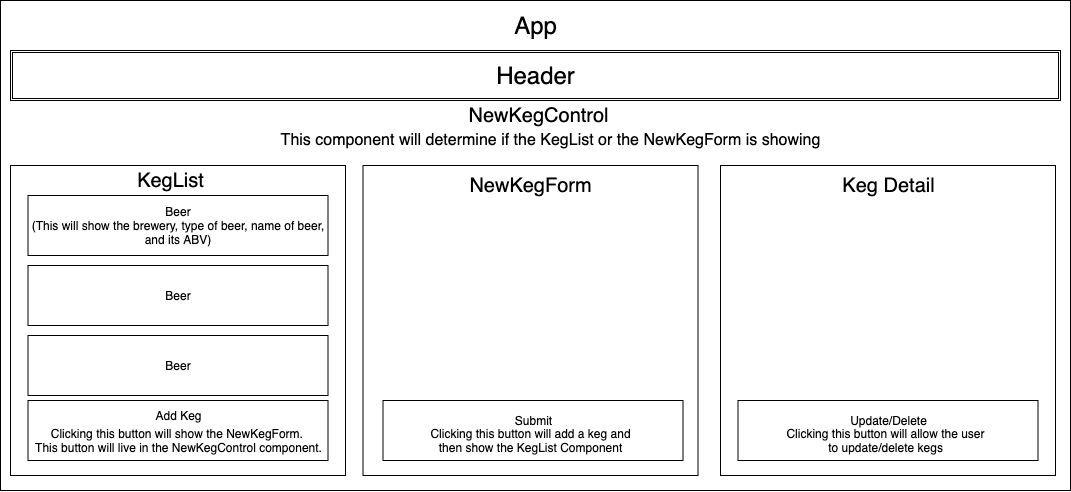
This is taphouse_diagram.png from alexskreen/Tap-Room, a draw.io export, as it was before one commit. Source tidied: cells renumbered, new cells last; positions are measured from the earlier drawing's top-left corner, leaving out a move shared by most shapes.
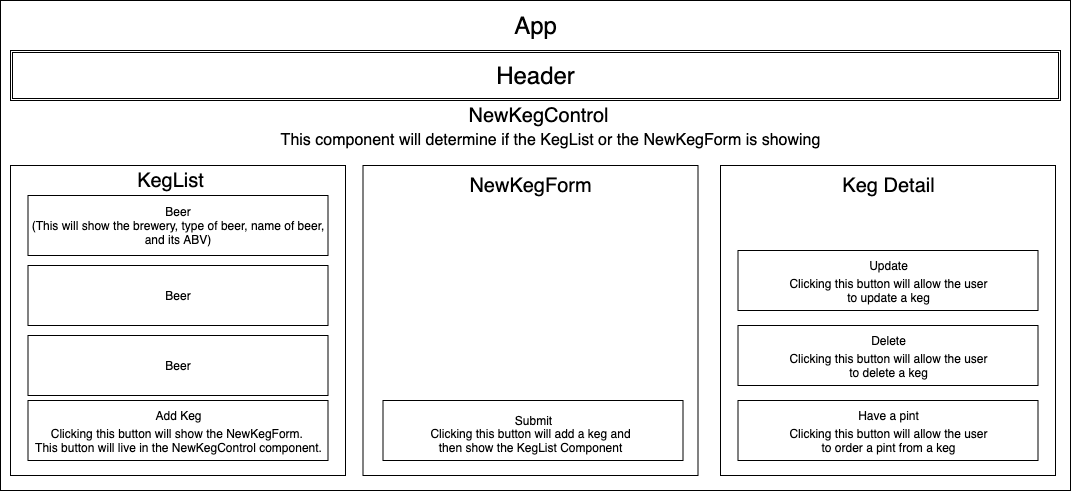
Above is the later version.

The edit, as a diff of the source:
```diff
@@ -71,11 +71,29 @@
     <mxCell id="24" style="rounded=0;whiteSpace=wrap;html=1;" parent="1" vertex="1">
       <mxGeometry x="737.5" y="400" width="300" height="60" as="geometry" />
     </mxCell>
-    <mxCell id="25" value="Update/Delete" style="text;html=1;align=center;verticalAlign=middle;fontSize=12;" parent="1" vertex="1">
-      <mxGeometry x="842.5" y="410" width="90" height="20" as="geometry" />
+    <mxCell id="25" value="Have a pint" style="text;html=1;align=center;verticalAlign=middle;fontSize=12;" parent="1" vertex="1">
+      <mxGeometry x="847.5" y="405" width="80" height="20" as="geometry" />
     </mxCell>
-    <mxCell id="26" value="Clicking this button will allow the user&lt;br&gt;to update/delete kegs" style="text;html=1;align=center;verticalAlign=middle;fontSize=12;" parent="1" vertex="1">
-      <mxGeometry x="780" y="425" width="210" height="30" as="geometry" />
+    <mxCell id="26" value="Clicking this button will allow the user&lt;br&gt;to order a pint from a keg" style="text;html=1;align=center;verticalAlign=middle;fontSize=12;" parent="1" vertex="1">
+      <mxGeometry x="782.5" y="425" width="210" height="30" as="geometry" />
     </mxCell>
+    <mxCell id="27" style="rounded=0;whiteSpace=wrap;html=1;" parent="1" vertex="1">
+      <mxGeometry x="737.5" y="325" width="300" height="60" as="geometry" />
+    </mxCell>
+    <mxCell id="28" value="Delete" style="text;html=1;align=center;verticalAlign=middle;fontSize=12;" parent="1" vertex="1">
+      <mxGeometry x="862.5" y="330" width="50" height="20" as="geometry" />
+    </mxCell>
+    <mxCell id="29" value="Clicking this button will allow the user&lt;br&gt;to delete a keg" style="text;html=1;align=center;verticalAlign=middle;fontSize=12;" parent="1" vertex="1">
+      <mxGeometry x="782.5" y="350" width="210" height="30" as="geometry" />
+    </mxCell>
+    <mxCell id="30" style="rounded=0;whiteSpace=wrap;html=1;" parent="1" vertex="1">
+      <mxGeometry x="737.5" y="250" width="300" height="60" as="geometry" />
+    </mxCell>
+    <mxCell id="31" value="Update" style="text;html=1;align=center;verticalAlign=middle;fontSize=12;" parent="1" vertex="1">
+      <mxGeometry x="862.5" y="255" width="50" height="20" as="geometry" />
+    </mxCell>
+    <mxCell id="32" value="Clicking this button will allow the user&lt;br&gt;to update a keg" style="text;html=1;align=center;verticalAlign=middle;fontSize=12;" parent="1" vertex="1">
+      <mxGeometry x="782.5" y="275" width="210" height="30" as="geometry" />
+    </mxCell>
   </root>
 </mxGraphModel>
```
